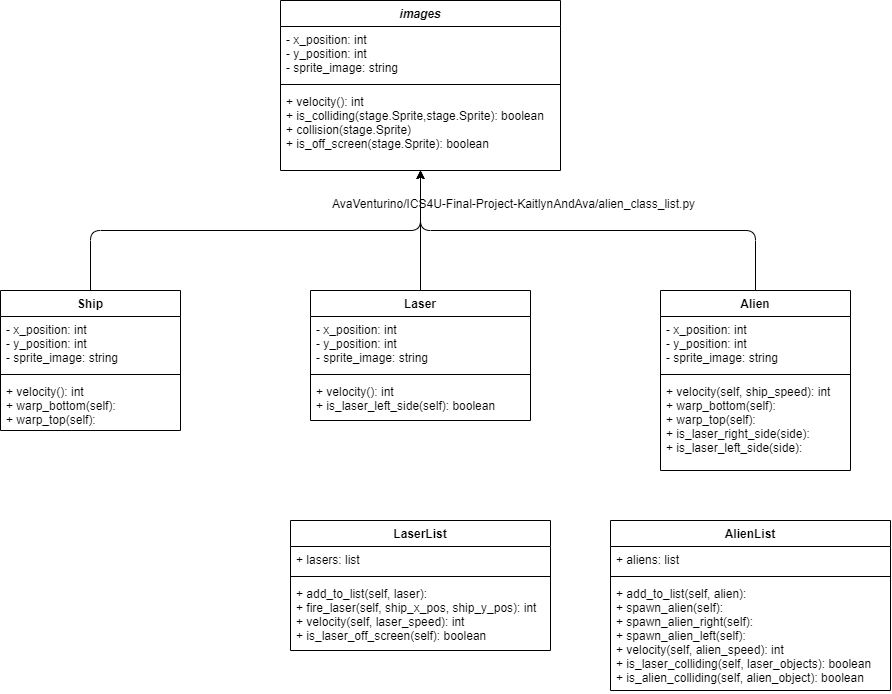
This is cd.png from KaitlynIp64/ICS4U-Final-Project-Kaitlyn-and-Ava, a draw.io export, as it was before one commit. Source tidied: cells renumbered, new cells last; positions are measured from the earlier drawing's top-left corner, leaving out a move shared by most shapes.
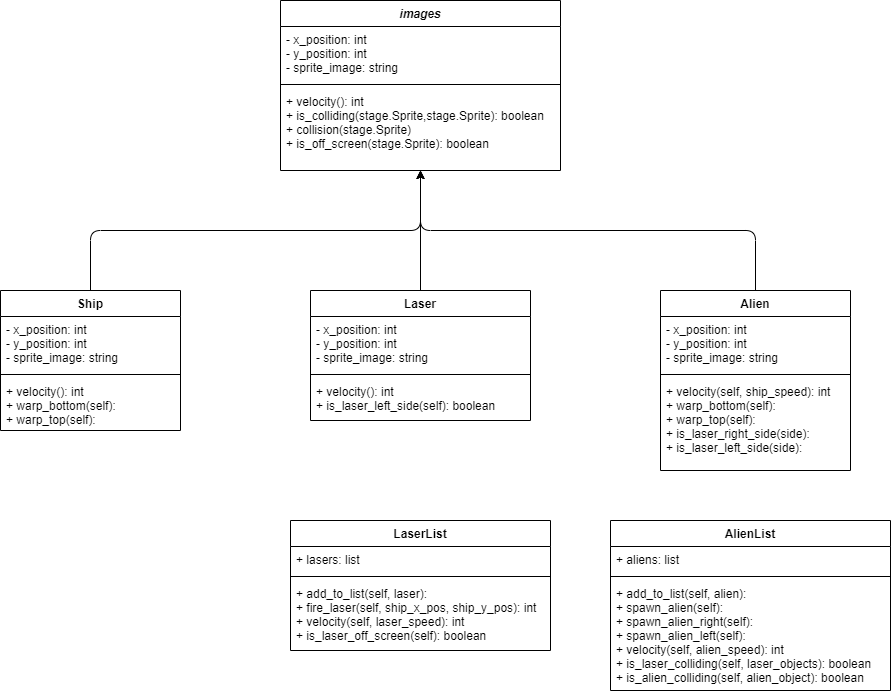
Above is the later version.

The edit, as a diff of the source:
```diff
@@ -93,8 +93,5 @@
     <mxCell id="28" value="+ add_to_list(self, laser):&#10;+ fire_laser(self, ship_x_pos, ship_y_pos): int&#10;+ velocity(self, laser_speed): int&#10;+ is_laser_off_screen(self): boolean" style="text;strokeColor=none;fillColor=none;align=left;verticalAlign=top;spacingLeft=4;spacingRight=4;overflow=hidden;" parent="25" vertex="1">
       <mxGeometry y="60" width="260" height="70" as="geometry" />
     </mxCell>
-    <mxCell id="29" value="AvaVenturino/ICS4U-Final-Project-KaitlynAndAva/alien_class_list.py" style="text;whiteSpace=wrap;html=1;" parent="1" vertex="1">
-      <mxGeometry x="330" y="190" width="400" height="40" as="geometry" />
-    </mxCell>
   </root>
 </mxGraphModel>
```
